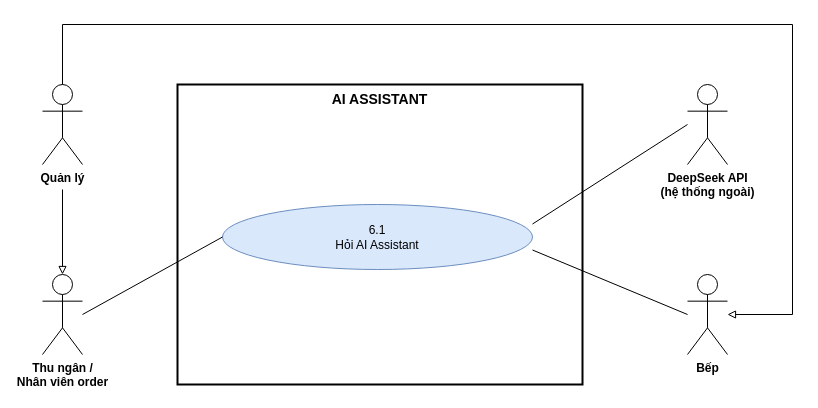
Before: page "06 AI Assistant" (7 of 7) of docs/UseCase_HeThongQuanLyNhaHang.drawio in nminhzzz/restaurant-management-ai, a draw.io diagram. Source tidied: cells renumbered, new cells numbered last; positions are measured from the earlier drawing's top-left corner, leaving out a move shared by most shapes. Both pictures are drawn from the tidied source at 100%, with x=0, y=0 at pixel (42, 24).
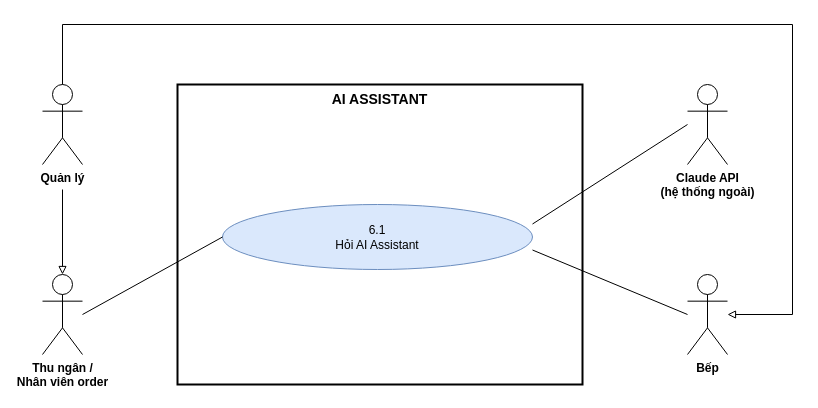
Above is the later version.

Diff of the diagram source:
```diff
@@
 <mxGraphModel>
   <root>
     <mxCell id="0" />
     <mxCell id="1" parent="0" />
     <mxCell id="2" value="AI ASSISTANT" style="rounded=0;whiteSpace=wrap;html=1;verticalAlign=top;fontStyle=1;fontSize=14;fillColor=none;strokeWidth=2;" parent="1" vertex="1">
       <mxGeometry x="135" y="60" width="405" height="300" as="geometry" />
     </mxCell>
     <mxCell id="3" value="6.1&lt;br&gt;Hỏi AI Assistant" style="ellipse;whiteSpace=wrap;html=1;fontSize=12;fillColor=#dae8fc;strokeColor=#6c8ebf;" parent="1" vertex="1">
       <mxGeometry x="180" y="180" width="310" height="65" as="geometry" />
     </mxCell>
-    <mxCell id="4" value="DeepSeek API&lt;br&gt;(hệ thống ngoài)" style="shape=umlActor;html=1;outlineConnect=0;fontSize=12;fontStyle=1;verticalLabelPosition=bottom;verticalAlign=top;align=center;" parent="1" vertex="1">
+    <mxCell id="4" value="Claude API&lt;br&gt;(hệ thống ngoài)" style="shape=umlActor;html=1;outlineConnect=0;fontSize=12;fontStyle=1;verticalLabelPosition=bottom;verticalAlign=top;align=center;" parent="1" vertex="1">
       <mxGeometry x="645" y="60" width="40" height="80" as="geometry" />
     </mxCell>
     <mxCell id="5" value="Quản lý" style="shape=umlActor;html=1;outlineConnect=0;fontSize=12;fontStyle=1;verticalLabelPosition=bottom;verticalAlign=top;align=center;" parent="1" vertex="1">
       <mxGeometry y="60" width="40" height="80" as="geometry" />
     </mxCell>
     <mxCell id="6" value="Thu ngân /&lt;br&gt;Nhân viên order" style="shape=umlActor;html=1;outlineConnect=0;fontSize=12;fontStyle=1;verticalLabelPosition=bottom;verticalAlign=top;align=center;" parent="1" vertex="1">
       <mxGeometry y="250" width="40" height="80" as="geometry" />
     </mxCell>
     <mxCell id="7" value="Bếp" style="shape=umlActor;html=1;outlineConnect=0;fontSize=12;fontStyle=1;verticalLabelPosition=bottom;verticalAlign=top;align=center;" parent="1" vertex="1">
       <mxGeometry x="645" y="250" width="40" height="80" as="geometry" />
     </mxCell>
     <mxCell id="8" style="html=1;rounded=0;fontSize=11;labelBackgroundColor=#ffffff;endArrow=none;exitX=1;exitY=0.5;entryX=0;entryY=0.5;exitPerimeter=0;entryPerimeter=0;" parent="1" edge="1" source="6" target="3">
       <mxGeometry relative="1" as="geometry" />
     </mxCell>
     <mxCell id="9" style="html=1;rounded=0;fontSize=11;labelBackgroundColor=#ffffff;endArrow=none;exitX=0;exitY=0.5;entryX=1;entryY=0.7;exitPerimeter=0;entryPerimeter=0;" parent="1" edge="1" source="7" target="3">
       <mxGeometry relative="1" as="geometry" />
     </mxCell>
     <mxCell id="10" style="html=1;rounded=0;fontSize=11;labelBackgroundColor=#ffffff;endArrow=none;exitX=0;exitY=0.5;entryX=1;entryY=0.3;exitPerimeter=0;entryPerimeter=0;" parent="1" edge="1" source="4" target="3">
       <mxGeometry relative="1" as="geometry" />
     </mxCell>
     <mxCell id="11" style="html=1;rounded=0;fontSize=11;labelBackgroundColor=#ffffff;endArrow=block;endFill=0;edgeStyle=segmentEdgeStyle;entryX=0.5;entryY=0;entryPerimeter=0;entryDx=0;entryDy=0;" parent="1" edge="1" target="6">
       <mxGeometry x="-0.89" relative="1" as="geometry">
         <mxPoint x="20" y="165" as="sourcePoint" />
       </mxGeometry>
     </mxCell>
     <mxCell id="12" style="html=1;rounded=0;fontSize=11;labelBackgroundColor=#ffffff;endArrow=block;endFill=0;edgeStyle=segmentEdgeStyle;exitX=0.5;exitY=0;entryX=1;entryY=0.5;exitPerimeter=0;entryPerimeter=0;" parent="1" edge="1" source="5" target="7">
       <mxGeometry relative="1" as="geometry">
         <Array as="points">
           <mxPoint x="20" />
           <mxPoint x="750" />
           <mxPoint x="750" y="290" />
         </Array>
       </mxGeometry>
     </mxCell>
   </root>
 </mxGraphModel>
```
